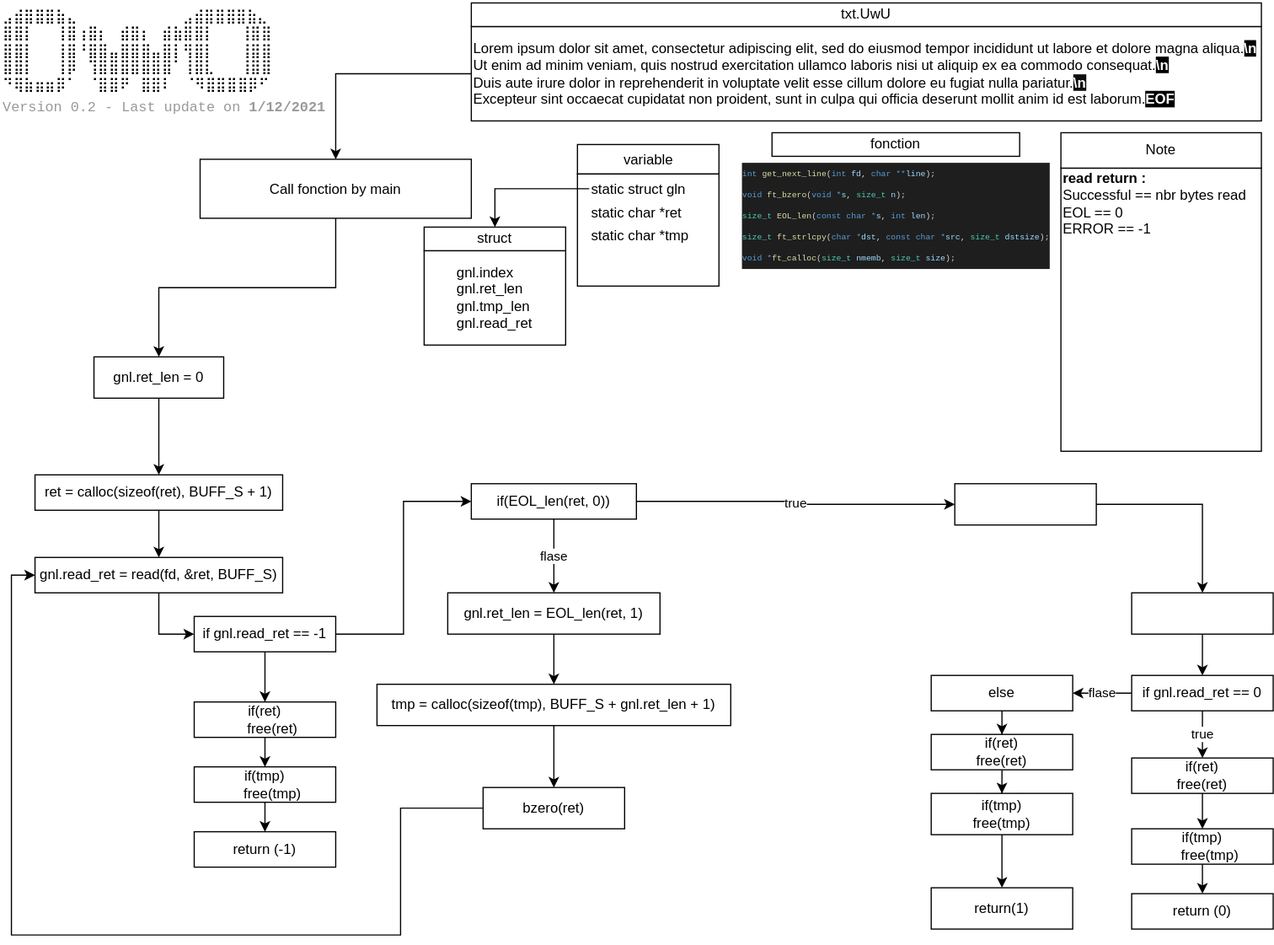
Above: _src/plan.svg in Matthew-Dreemurr/42_get_next_line (draw.io), before the change. Source tidied: cells renumbered, new cells last; positions are measured from the earlier drawing's top-left corner, leaving out a move shared by most shapes.
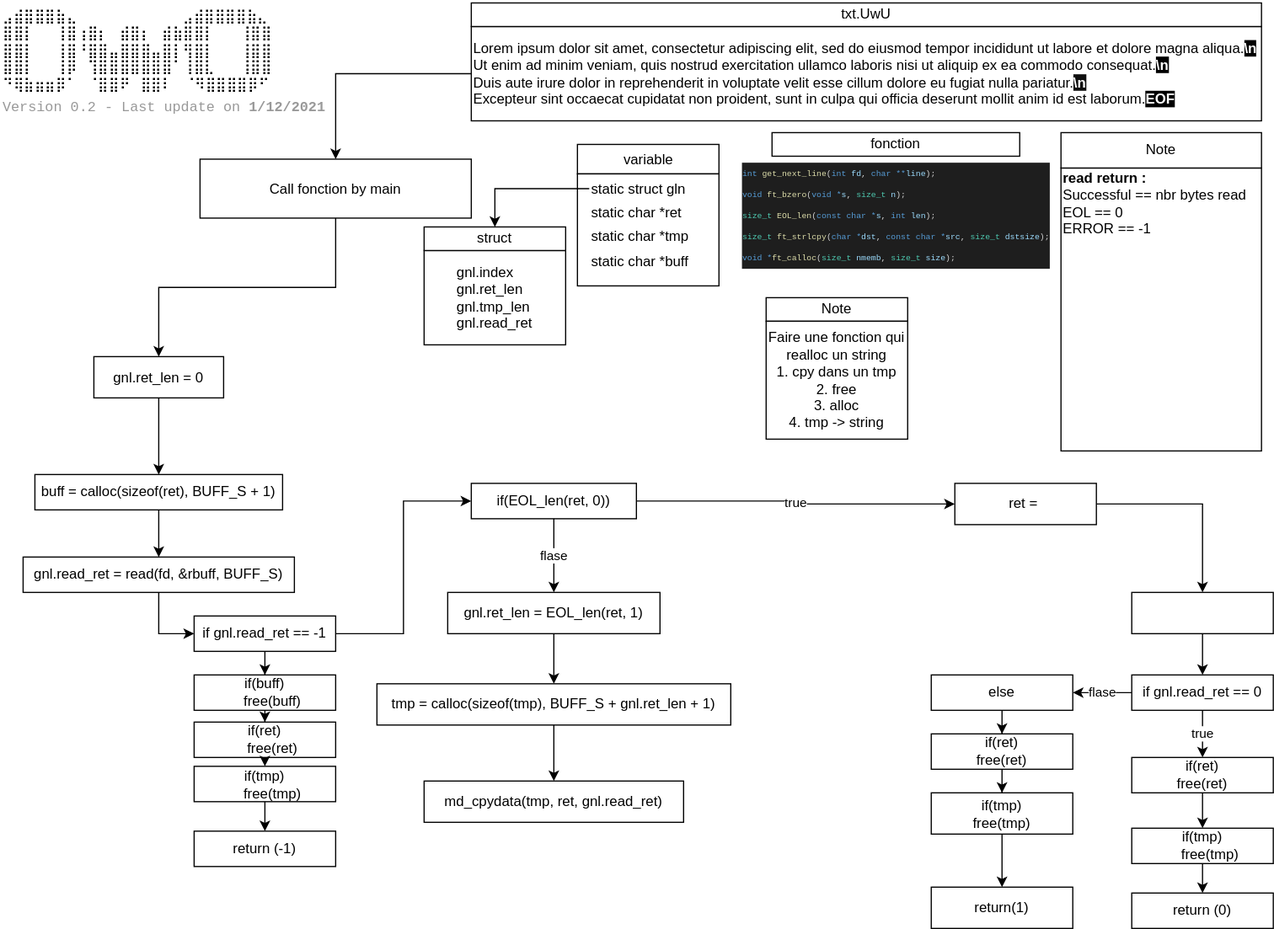
Later version of the same file.

What changed in the source:
```diff
@@ -14,14 +14,14 @@
     <mxCell id="5" style="edgeStyle=orthogonalEdgeStyle;rounded=0;jettySize=auto;html=1;entryX=0.5;entryY=0;entryDx=0;entryDy=0;" parent="1" edge="1" source="6" target="8">
       <mxGeometry relative="1" as="geometry" />
     </mxCell>
-    <mxCell id="6" value="&lt;div style=&quot;font-family: &amp;#34;consolas&amp;#34; , &amp;#34;courier new&amp;#34; , monospace ; font-size: 14px ; line-height: 19px&quot;&gt;&lt;span style=&quot;font-family: &amp;#34;helvetica&amp;#34; ; font-size: 12px&quot;&gt;ret = calloc(sizeof(&lt;/span&gt;&lt;span style=&quot;font-family: &amp;#34;helvetica&amp;#34; ; font-size: 12px&quot;&gt;ret&lt;/span&gt;&lt;span style=&quot;font-family: &amp;#34;helvetica&amp;#34; ; font-size: 12px&quot;&gt;), BUFF_S + 1)&lt;/span&gt;&lt;br&gt;&lt;/div&gt;" style="rounded=0;whiteSpace=wrap;html=1;" parent="1" vertex="1">
+    <mxCell id="6" value="&lt;div style=&quot;font-family: &amp;#34;consolas&amp;#34; , &amp;#34;courier new&amp;#34; , monospace ; font-size: 14px ; line-height: 19px&quot;&gt;&lt;span style=&quot;font-family: &amp;#34;helvetica&amp;#34; ; font-size: 12px&quot;&gt;buff = calloc(sizeof(&lt;/span&gt;&lt;span style=&quot;font-family: &amp;#34;helvetica&amp;#34; ; font-size: 12px&quot;&gt;ret&lt;/span&gt;&lt;span style=&quot;font-family: &amp;#34;helvetica&amp;#34; ; font-size: 12px&quot;&gt;), BUFF_S + 1)&lt;/span&gt;&lt;br&gt;&lt;/div&gt;" style="rounded=0;whiteSpace=wrap;html=1;" parent="1" vertex="1">
       <mxGeometry x="29" y="402" width="210" height="30" as="geometry" />
     </mxCell>
     <mxCell id="7" style="edgeStyle=orthogonalEdgeStyle;rounded=0;jettySize=auto;html=1;exitX=0.5;exitY=1;exitDx=0;exitDy=0;entryX=0;entryY=0.5;entryDx=0;entryDy=0;" parent="1" edge="1" source="8" target="25">
       <mxGeometry relative="1" as="geometry" />
     </mxCell>
-    <mxCell id="8" value="gnl.read_ret = read(fd, &amp;amp;ret, BUFF_S)" style="rounded=0;whiteSpace=wrap;html=1;" parent="1" vertex="1">
-      <mxGeometry x="29" y="472" width="210" height="30" as="geometry" />
+    <mxCell id="8" value="gnl.read_ret = read(fd, &amp;amp;rbuff, BUFF_S)" style="rounded=0;whiteSpace=wrap;html=1;" parent="1" vertex="1">
+      <mxGeometry x="19" y="472" width="230" height="30" as="geometry" />
     </mxCell>
     <mxCell id="9" value="if(EOL_len(ret, 0))" style="rounded=0;whiteSpace=wrap;html=1;" parent="1" vertex="1">
       <mxGeometry x="399" y="409.5" width="140" height="30" as="geometry" />
@@ -29,7 +29,7 @@
     <mxCell id="10" value="true" style="edgeStyle=orthogonalEdgeStyle;rounded=0;jettySize=auto;html=1;exitX=1;exitY=0.5;exitDx=0;exitDy=0;entryX=0;entryY=0.5;entryDx=0;entryDy=0;" parent="1" edge="1" source="9" target="11">
       <mxGeometry relative="1" as="geometry" />
     </mxCell>
-    <mxCell id="11" style="whiteSpace=wrap;html=1;" parent="1" vertex="1">
+    <mxCell id="11" value="ret =&amp;nbsp;" style="whiteSpace=wrap;html=1;" parent="1" vertex="1">
       <mxGeometry x="809" y="409.5" width="120" height="35" as="geometry" />
     </mxCell>
     <mxCell id="12" style="edgeStyle=orthogonalEdgeStyle;rounded=0;jettySize=auto;html=1;entryX=0.5;entryY=0;entryDx=0;entryDy=0;" parent="1" edge="1" source="13" target="17">
@@ -49,18 +49,8 @@
     <mxCell id="15" value="return(1)" style="whiteSpace=wrap;html=1;" parent="1" vertex="1">
       <mxGeometry x="789" y="752" width="120" height="35" as="geometry" />
     </mxCell>
-    <mxCell id="16" style="edgeStyle=orthogonalEdgeStyle;rounded=0;jettySize=auto;html=1;exitX=0;exitY=0.5;exitDx=0;exitDy=0;entryX=0;entryY=0.5;entryDx=0;entryDy=0;" parent="1" edge="1" source="17" target="8">
-      <mxGeometry relative="1" as="geometry">
-        <Array as="points">
-          <mxPoint x="339" y="685" />
-          <mxPoint x="339" y="792" />
-          <mxPoint x="9" y="792" />
-          <mxPoint x="9" y="487" />
-        </Array>
-      </mxGeometry>
-    </mxCell>
-    <mxCell id="17" value="bzero(ret)" style="whiteSpace=wrap;html=1;" parent="1" vertex="1">
-      <mxGeometry x="409" y="667" width="120" height="35" as="geometry" />
+    <mxCell id="17" value="md_cpydata(tmp, ret, gnl.read_ret)" style="whiteSpace=wrap;html=1;" parent="1" vertex="1">
+      <mxGeometry x="359" y="662" width="220" height="35" as="geometry" />
     </mxCell>
     <mxCell id="18" style="edgeStyle=orthogonalEdgeStyle;rounded=0;jettySize=auto;html=1;exitX=0.5;exitY=1;exitDx=0;exitDy=0;entryX=0.5;entryY=0;entryDx=0;entryDy=0;" parent="1" edge="1" source="19" target="21">
       <mxGeometry relative="1" as="geometry" />
@@ -80,7 +70,7 @@
     <mxCell id="23" style="edgeStyle=orthogonalEdgeStyle;rounded=0;jettySize=auto;html=1;entryX=0;entryY=0.5;entryDx=0;entryDy=0;" parent="1" edge="1" source="25" target="9">
       <mxGeometry relative="1" as="geometry" />
     </mxCell>
-    <mxCell id="24" style="edgeStyle=orthogonalEdgeStyle;rounded=0;jettySize=auto;html=1;entryX=0.5;entryY=0;entryDx=0;entryDy=0;" parent="1" edge="1" source="25" target="44">
+    <mxCell id="24" style="edgeStyle=orthogonalEdgeStyle;rounded=0;jettySize=auto;html=1;entryX=0.5;entryY=0;entryDx=0;entryDy=0;" parent="1" edge="1" source="66" target="44">
       <mxGeometry relative="1" as="geometry" />
     </mxCell>
     <mxCell id="25" value="if gnl.read_ret == -1" style="rounded=0;whiteSpace=wrap;html=1;" parent="1" vertex="1">
@@ -141,7 +131,7 @@
       <mxGeometry relative="1" as="geometry" />
     </mxCell>
     <mxCell id="44" value="if(ret)&lt;br&gt;&amp;nbsp; &amp;nbsp; free(ret)" style="rounded=0;whiteSpace=wrap;html=1;" parent="1" vertex="1">
-      <mxGeometry x="164" y="594.5" width="120" height="30" as="geometry" />
+      <mxGeometry x="164" y="612" width="120" height="30" as="geometry" />
     </mxCell>
     <mxCell id="45" value="if(tmp)&lt;br&gt;&amp;nbsp; &amp;nbsp; free(tmp)" style="rounded=0;whiteSpace=wrap;html=1;" parent="1" vertex="1">
       <mxGeometry x="164" y="649.5" width="120" height="30" as="geometry" />
@@ -203,5 +193,20 @@
     <mxCell id="64" value="true" style="edgeStyle=orthogonalEdgeStyle;rounded=0;jettySize=auto;html=1;entryX=0.5;entryY=0;entryDx=0;entryDy=0;" parent="1" edge="1" source="38" target="63">
       <mxGeometry relative="1" as="geometry" />
     </mxCell>
+    <mxCell id="65" value="static char *buff" style="text;html=1;align=left;verticalAlign=middle;" parent="1" vertex="1">
+      <mxGeometry x="499" y="212" width="100" height="20" as="geometry" />
+    </mxCell>
+    <mxCell id="66" value="if(buff)&lt;br&gt;&amp;nbsp; &amp;nbsp; free(buff)" style="rounded=0;whiteSpace=wrap;html=1;" parent="1" vertex="1">
+      <mxGeometry x="164" y="572" width="120" height="30" as="geometry" />
+    </mxCell>
+    <mxCell id="67" style="edgeStyle=orthogonalEdgeStyle;rounded=0;jettySize=auto;html=1;entryX=0.5;entryY=0;entryDx=0;entryDy=0;" parent="1" edge="1" source="25" target="66">
+      <mxGeometry relative="1" as="geometry" />
+    </mxCell>
+    <mxCell id="68" value="Note" style="whiteSpace=wrap;html=1;" parent="1" vertex="1">
+      <mxGeometry x="649" y="252" width="120" height="20" as="geometry" />
+    </mxCell>
+    <mxCell id="69" value="Faire une fonction qui realloc un string&lt;br&gt;1. cpy dans un tmp&lt;br&gt;2. free&lt;br&gt;3. alloc&lt;br&gt;4. tmp -&amp;gt; string&lt;br&gt;" style="whiteSpace=wrap;html=1;" parent="1" vertex="1">
+      <mxGeometry x="649" y="272" width="120" height="100" as="geometry" />
+    </mxCell>
   </root>
 </mxGraphModel>
```
